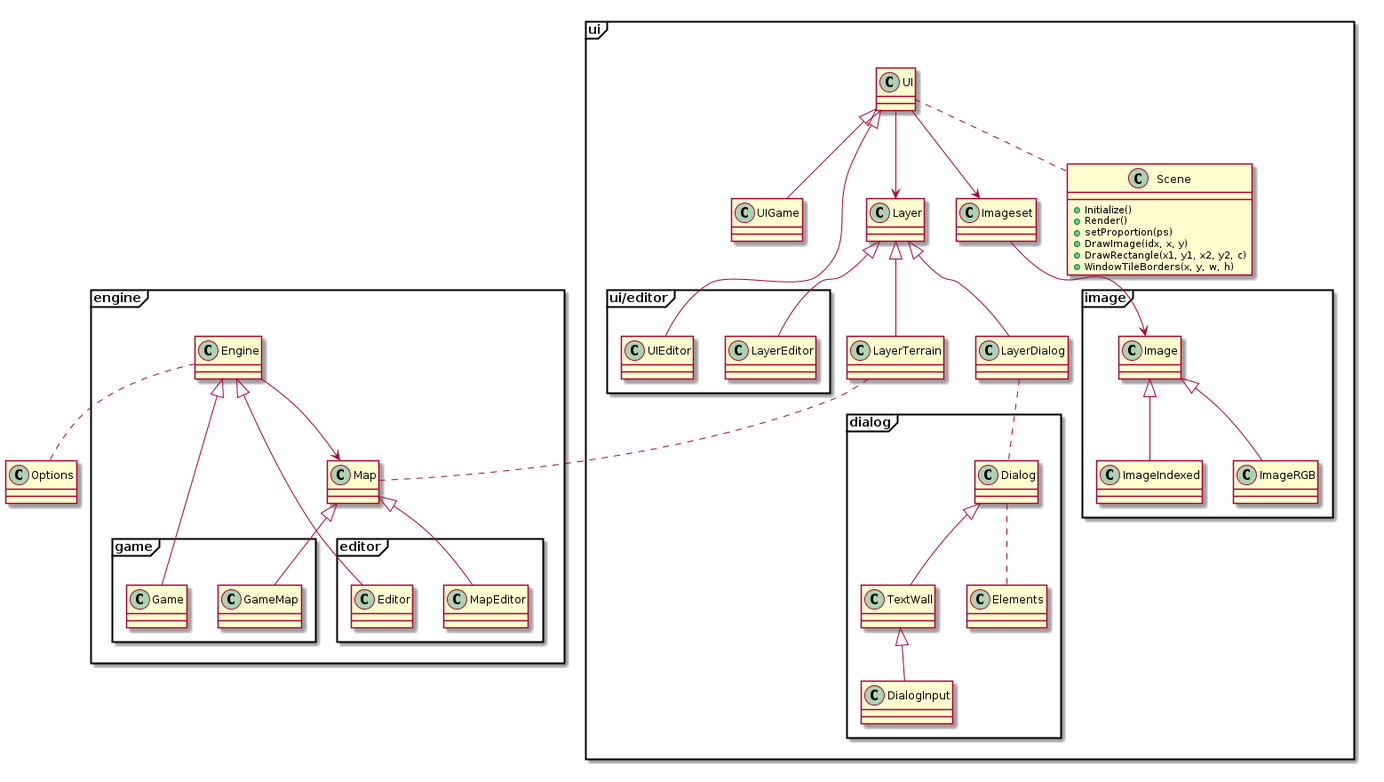
Above: new/doc/classes.png in andrenho/newhope (PlantUML), before the change.
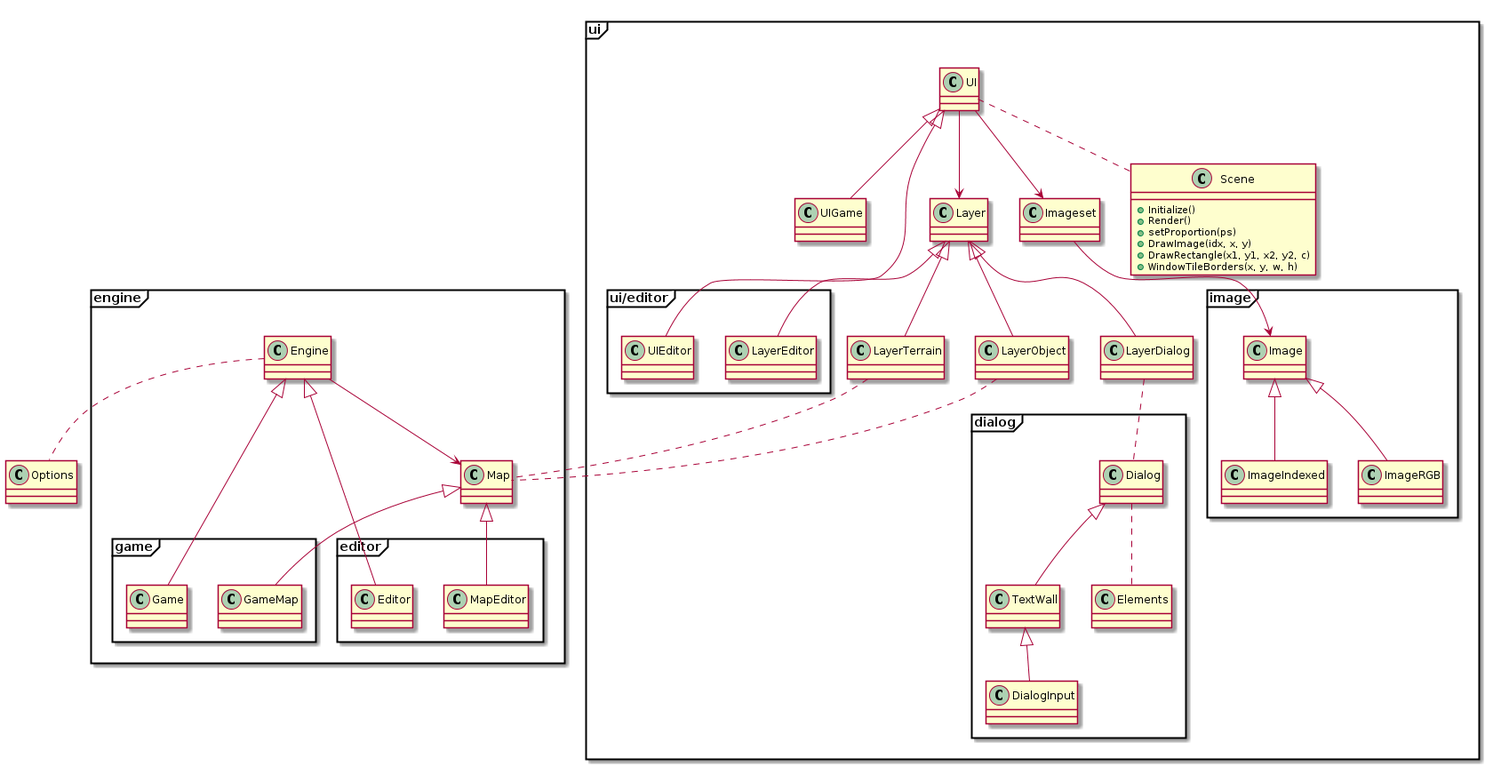
Above is the later version.

Commit message:
Added LayerObject class.

Change to the diagram source:
```diff
@@ -25,6 +25,7 @@
   class Imageset
   class Layer
   class LayerTerrain
+  class LayerObject
   class LayerDialog
   class UI
   class UIGame
@@ -58,9 +59,11 @@
 Image <|-- ImageRGB
 UI --> Layer
 Layer <|-- LayerTerrain
+Layer <|-- LayerObject
 Layer <|-- LayerDialog
 LayerDialog .. Dialog
 LayerTerrain .. Map
+LayerObject .. Map
 Engine .. Options
 Dialog <|-- TextWall
 TextWall <|-- DialogInput
```
